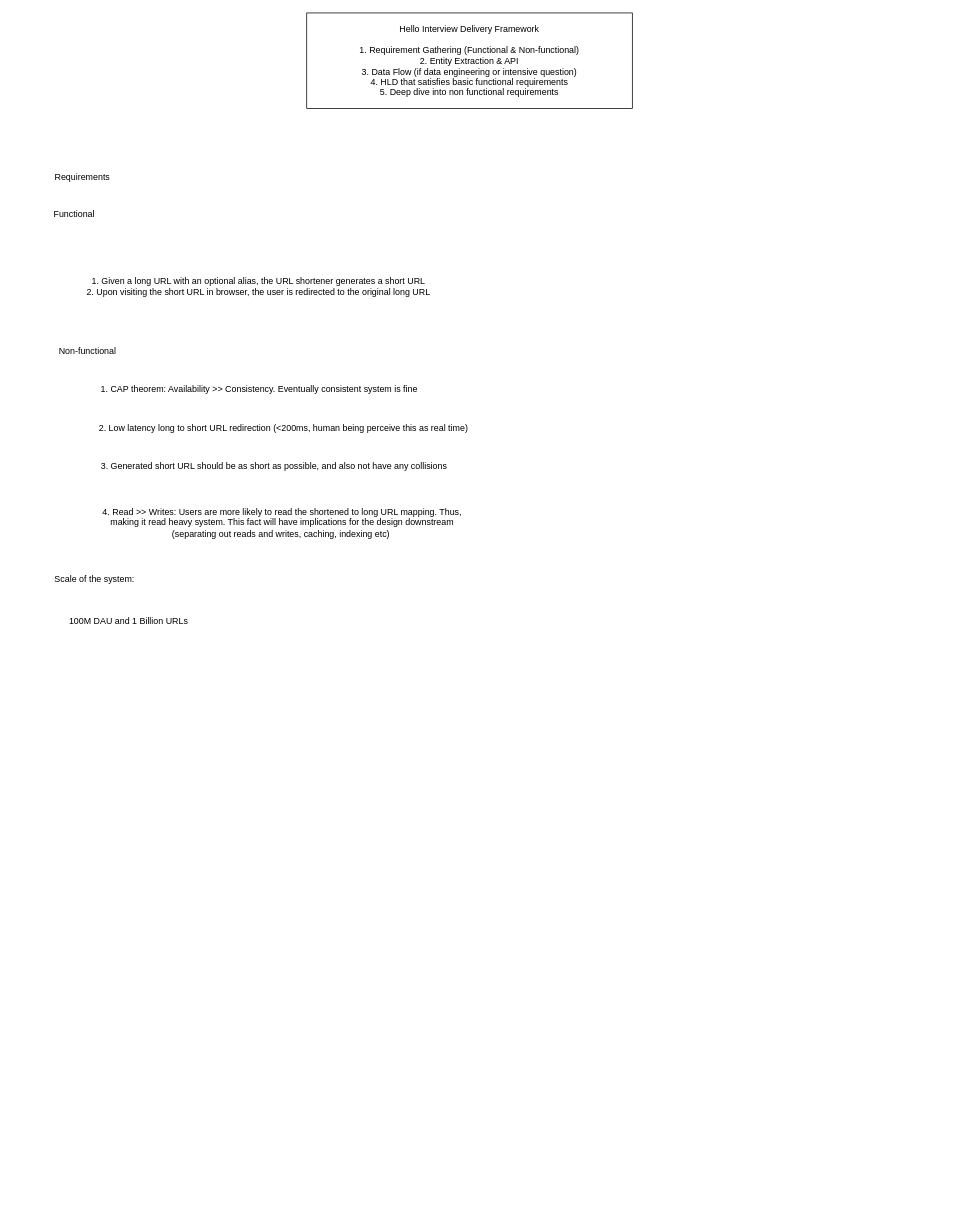
Earlier version of the draw.io diagram URL Shortener HLD.drawio (girikgarg8/Hello-Interview-HLD-Whiteboard-Practice). Source tidied: cells renumbered, new cells numbered last; positions are measured from the earlier drawing's top-left corner, leaving out a move shared by most shapes. Both pictures are drawn from the tidied source at 74%, with x=0, y=0 at pixel (21, 13).
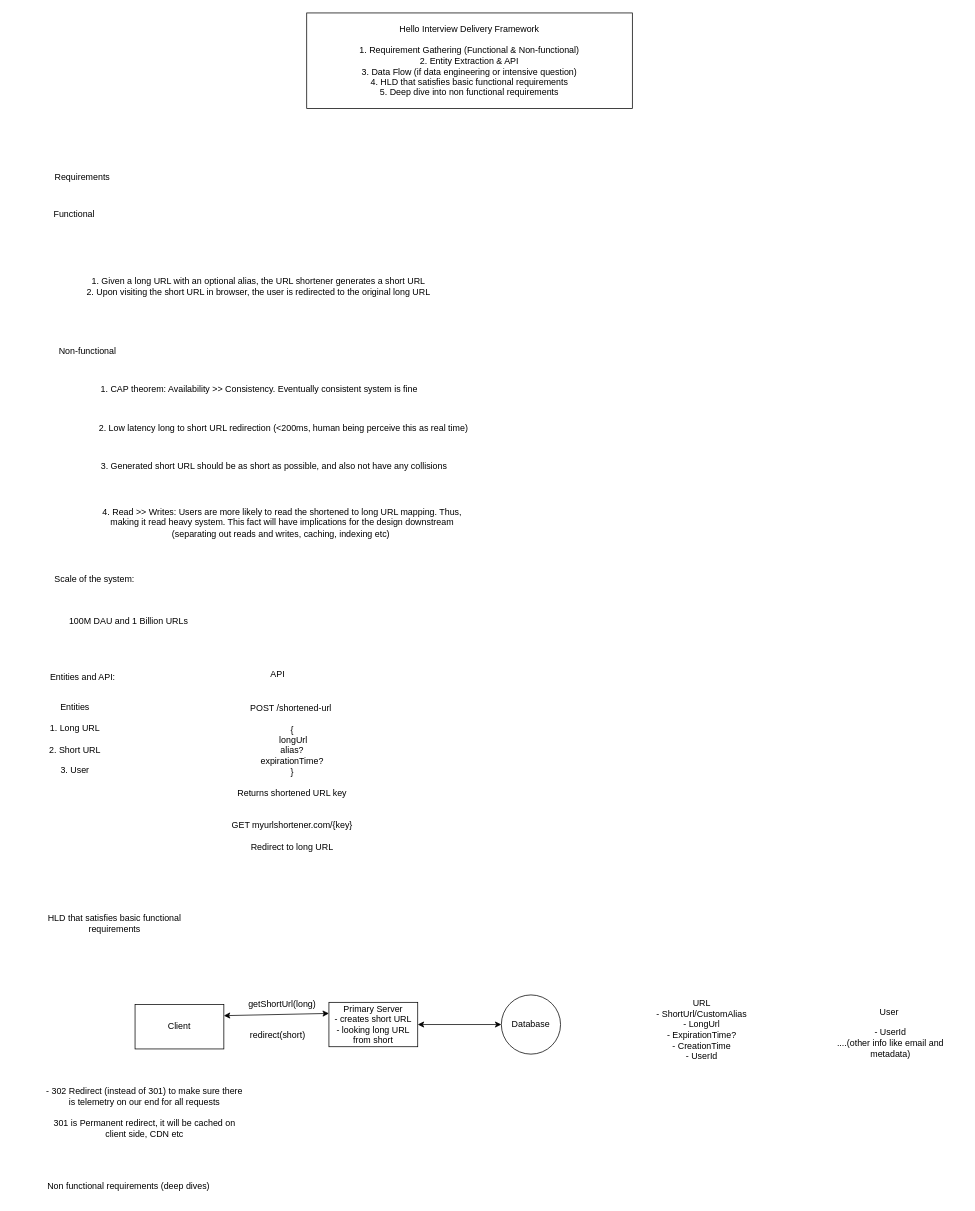
Above is the later version.

Diff of the diagram source:
```diff
@@
+    <mxCell id="13" value="Entities and API:" style="text;html=1;whiteSpace=wrap;strokeColor=none;fillColor=none;align=center;verticalAlign=middle;rounded=0;" parent="1" vertex="1">
+      <mxGeometry x="-12.5" y="883" width="189" height="30" as="geometry" />
+    </mxCell>
+    <mxCell id="14" value="Entities&lt;br&gt;&lt;br&gt;&lt;div&gt;1. Long URL&lt;/div&gt;&lt;div&gt;&lt;br&gt;&lt;/div&gt;&lt;div&gt;2. Short URL&lt;/div&gt;&lt;div&gt;&lt;br&gt;&lt;/div&gt;&lt;div&gt;3. User&lt;/div&gt;" style="text;html=1;whiteSpace=wrap;strokeColor=none;fillColor=none;align=center;verticalAlign=middle;rounded=0;" parent="1" vertex="1">
+      <mxGeometry x="-12.5" y="913" width="168" height="135" as="geometry" />
+    </mxCell>
+    <mxCell id="15" value="API" style="text;html=1;whiteSpace=wrap;strokeColor=none;fillColor=none;align=center;verticalAlign=middle;rounded=0;" parent="1" vertex="1">
+      <mxGeometry x="316" y="879" width="60" height="30" as="geometry" />
+    </mxCell>
+    <mxCell id="16" value="POST /shortened-url&amp;nbsp;&lt;div&gt;&lt;br&gt;&lt;/div&gt;&lt;div&gt;{&lt;/div&gt;&lt;div&gt;&amp;nbsp;longUrl&lt;/div&gt;&lt;div&gt;alias?&lt;/div&gt;&lt;div&gt;expirationTime?&lt;/div&gt;&lt;div&gt;}&lt;/div&gt;&lt;div&gt;&lt;br&gt;&lt;/div&gt;&lt;div&gt;Returns shortened URL key&lt;/div&gt;&lt;div&gt;&lt;br&gt;&lt;/div&gt;&lt;div&gt;&lt;br&gt;&lt;/div&gt;&lt;div&gt;GET myurlshortener.com/{key}&lt;/div&gt;&lt;div&gt;&lt;br&gt;&lt;/div&gt;&lt;div&gt;Redirect to long URL&lt;/div&gt;" style="text;html=1;whiteSpace=wrap;strokeColor=none;fillColor=none;align=center;verticalAlign=middle;rounded=0;" parent="1" vertex="1">
+      <mxGeometry x="273" y="939" width="185" height="188" as="geometry" />
+    </mxCell>
+    <mxCell id="17" value="HLD that satisfies basic functional requirements" style="text;html=1;whiteSpace=wrap;strokeColor=none;fillColor=none;align=center;verticalAlign=middle;rounded=0;" parent="1" vertex="1">
+      <mxGeometry x="-1" y="1215" width="253" height="30" as="geometry" />
+    </mxCell>
+    <mxCell id="18" value="Client" style="rounded=0;whiteSpace=wrap;html=1;" parent="1" vertex="1">
+      <mxGeometry x="153" y="1340" width="120" height="60" as="geometry" />
+    </mxCell>
+    <mxCell id="19" value="Primary Server&lt;div&gt;- creates short URL&lt;/div&gt;&lt;div&gt;- looking long URL from short&lt;/div&gt;" style="rounded=0;whiteSpace=wrap;html=1;" parent="1" vertex="1">
+      <mxGeometry x="415" y="1337" width="120" height="60" as="geometry" />
+    </mxCell>
+    <mxCell id="20" value="Database" style="ellipse;whiteSpace=wrap;html=1;shapeInside=1;" parent="1" vertex="1">
+      <mxGeometry x="648" y="1327" width="80" height="80" as="geometry" />
+    </mxCell>
+    <mxCell id="21" value="URL&lt;div&gt;- ShortUrl/CustomAlias&lt;/div&gt;&lt;div&gt;- LongUrl&lt;/div&gt;&lt;div&gt;- ExpirationTime?&lt;/div&gt;&lt;div&gt;- CreationTime&lt;/div&gt;&lt;div&gt;- UserId&lt;/div&gt;" style="text;html=1;whiteSpace=wrap;strokeColor=none;fillColor=none;align=center;verticalAlign=middle;rounded=0;" parent="1" vertex="1">
+      <mxGeometry x="823" y="1319" width="192" height="109" as="geometry" />
+    </mxCell>
+    <mxCell id="22" value="User&amp;nbsp;&lt;div&gt;&lt;br&gt;&lt;/div&gt;&lt;div&gt;- UserId&lt;/div&gt;&lt;div&gt;....(other info like email and metadata)&lt;/div&gt;" style="text;html=1;whiteSpace=wrap;strokeColor=none;fillColor=none;align=center;verticalAlign=middle;rounded=0;" parent="1" vertex="1">
+      <mxGeometry x="1078" y="1323" width="192" height="109" as="geometry" />
+    </mxCell>
+    <mxCell id="23" style="endArrow=classic;startArrow=classic;html=1;rounded=0;entryX=1;entryY=0.25;entryDx=0;entryDy=0;exitX=0;exitY=0.25;exitDx=0;exitDy=0;" parent="1" edge="1" source="19" target="18">
+      <mxGeometry relative="1" as="geometry" />
+    </mxCell>
+    <mxCell id="24" value="getShortUrl(long)" style="text;html=1;whiteSpace=wrap;strokeColor=none;fillColor=none;align=center;verticalAlign=middle;rounded=0;" parent="1" vertex="1">
+      <mxGeometry x="308" y="1325" width="88" height="30" as="geometry" />
+    </mxCell>
+    <mxCell id="25" value="redirect(short)" style="text;html=1;whiteSpace=wrap;strokeColor=none;fillColor=none;align=center;verticalAlign=middle;rounded=0;" parent="1" vertex="1">
+      <mxGeometry x="302" y="1366.5" width="88" height="30" as="geometry" />
+    </mxCell>
+    <mxCell id="26" style="endArrow=classic;startArrow=classic;html=1;rounded=0;exitX=1;exitY=0.5;exitDx=0;exitDy=0;entryX=0;entryY=0.5;entryDx=0;entryDy=0;" parent="1" edge="1" source="19" target="20">
+      <mxGeometry relative="1" as="geometry" />
+    </mxCell>
+    <mxCell id="27" value="Non functional requirements (deep dives)" style="text;html=1;whiteSpace=wrap;strokeColor=none;fillColor=none;align=center;verticalAlign=middle;rounded=0;" parent="1" vertex="1">
+      <mxGeometry x="22" y="1571" width="245" height="30" as="geometry" />
+    </mxCell>
+    <mxCell id="28" value="- 302 Redirect (instead of 301) to make sure there is telemetry on our end for all requests&lt;div&gt;&lt;br&gt;&lt;/div&gt;&lt;div&gt;301 is Permanent redirect, it will be cached on client side, CDN etc&lt;/div&gt;" style="text;html=1;whiteSpace=wrap;strokeColor=none;fillColor=none;align=center;verticalAlign=middle;rounded=0;" parent="1" vertex="1">
+      <mxGeometry x="32" y="1471" width="267.5" height="30" as="geometry" />
+    </mxCell>
```
